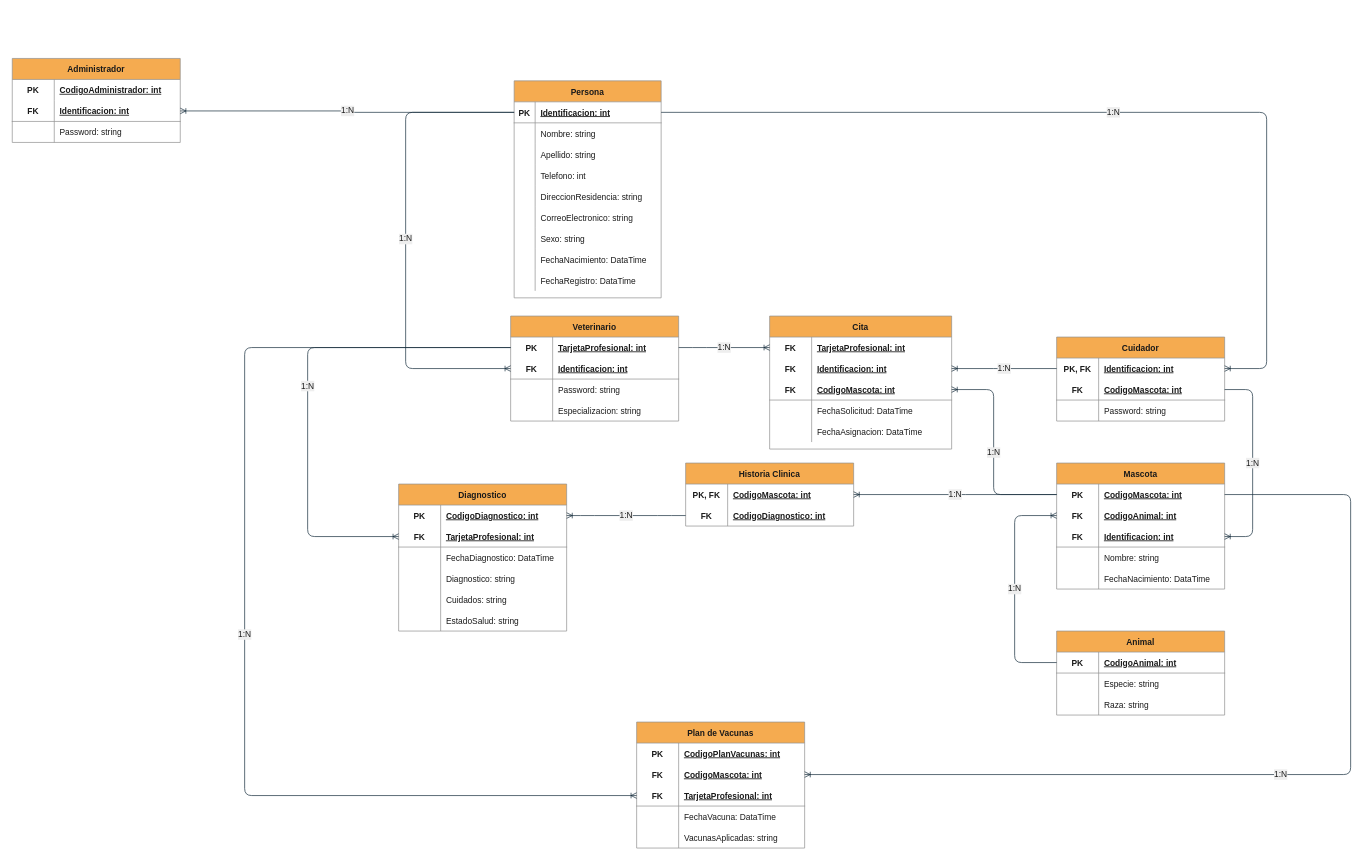
This is page "Entidad relacion" (3 of 3) of Diagramas.drawio from juandabi/teleVeterinaria, a draw.io file, before an edit. Source tidied: cells renumbered, new cells numbered last; positions are measured from the earlier drawing's top-left corner, leaving out a move shared by most shapes. Both pictures are drawn from the tidied source at 70%, with x=0, y=0 at pixel (12, 58).
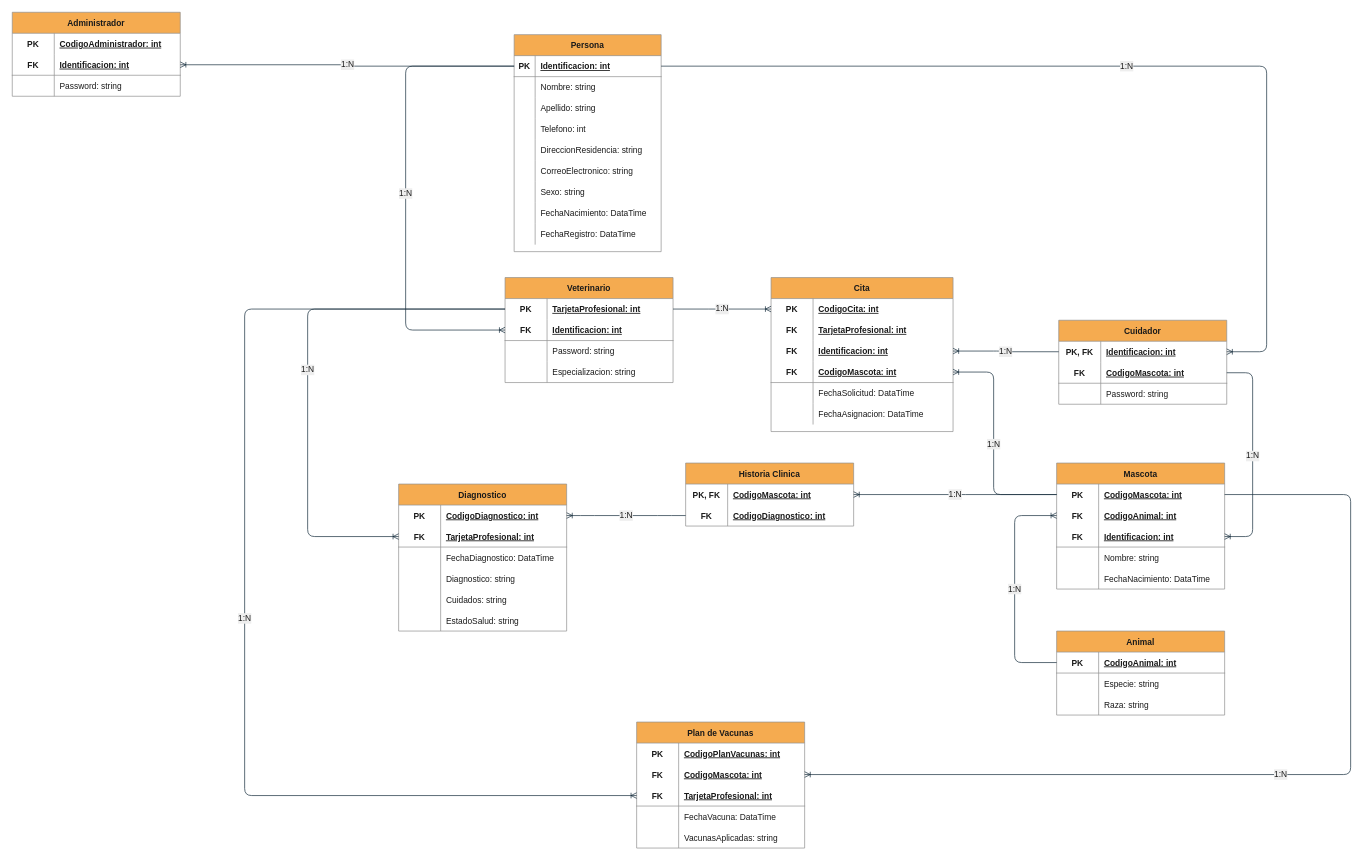
The same page after the edit.

Commit message:
Se agrega campo CodigoCita

The change refers to these unchanged cells:
```xml
<mxCell id="41" style="shape=partialRectangle;fillColor=none;top=0;left=0;bottom=0;right=0;points=[[0,0.5],[1,0.5]];portConstraint=eastwest;strokeColor=#909090;fontColor=#1A1A1A;" parent="40" vertex="1">
  <mxGeometry y="30" width="240" height="30" as="geometry" />
</mxCell>
<mxCell id="80" style="shape=partialRectangle;fillColor=none;top=0;left=0;bottom=0;right=0;points=[[0,0.5],[1,0.5]];portConstraint=eastwest;strokeColor=#909090;fontColor=#1A1A1A;" parent="79" vertex="1">
  <mxGeometry y="30" width="260" height="30" as="geometry" />
</mxCell>
```

Change to the diagram source:
```diff
@@
     <mxCell id="2" value="Persona" style="shape=table;startSize=30;childLayout=tableLayout;rowLines=0;fontStyle=1;align=center;fillColor=#F5AB50;strokeColor=#909090;fontColor=#1A1A1A;" parent="1" vertex="1">
-      <mxGeometry x="717" y="32" width="210" height="310" as="geometry" />
+      <mxGeometry x="717" y="-34" width="210" height="310" as="geometry" />
     </mxCell>
@@
     <mxCell id="30" value="Administrador" style="shape=table;startSize=30;childLayout=tableLayout;rowLines=0;fontStyle=1;align=center;fillColor=#F5AB50;strokeColor=#909090;fontColor=#1A1A1A;" parent="1" vertex="1">
-      <mxGeometry width="240" height="120" as="geometry" />
+      <mxGeometry y="-66" width="240" height="120" as="geometry" />
     </mxCell>
@@
     <mxCell id="40" value="Veterinario" style="shape=table;startSize=30;childLayout=tableLayout;rowLines=0;fontStyle=1;align=center;fillColor=#F5AB50;strokeColor=#909090;fontColor=#1A1A1A;" parent="1" vertex="1">
-      <mxGeometry x="712" y="368" width="240" height="150" as="geometry" />
+      <mxGeometry x="704" y="313" width="240" height="150" as="geometry" />
     </mxCell>
@@
     <mxCell id="53" value="Cuidador" style="shape=table;startSize=30;childLayout=tableLayout;rowLines=0;fontStyle=1;align=center;fillColor=#F5AB50;strokeColor=#909090;fontColor=#1A1A1A;" parent="1" vertex="1">
-      <mxGeometry x="1492" y="398" width="240" height="120" as="geometry" />
+      <mxGeometry x="1495" y="374" width="240" height="120" as="geometry" />
     </mxCell>
@@
     <mxCell id="79" value="Cita" style="shape=table;startSize=30;childLayout=tableLayout;rowLines=0;fontStyle=1;align=center;fillColor=#F5AB50;strokeColor=#909090;fontColor=#1A1A1A;" parent="1" vertex="1">
-      <mxGeometry x="1082" y="368" width="260" height="190" as="geometry" />
+      <mxGeometry x="1084" y="313" width="260" height="220" as="geometry" />
     </mxCell>
@@
-    <mxCell id="81" value="FK" style="shape=partialRectangle;fillColor=none;top=0;left=0;bottom=0;right=0;fontStyle=1;overflow=hidden;strokeColor=#909090;fontColor=#1A1A1A;" parent="80" vertex="1">
+    <mxCell id="81" value="PK" style="shape=partialRectangle;fillColor=none;top=0;left=0;bottom=0;right=0;fontStyle=1;overflow=hidden;strokeColor=#909090;fontColor=#1A1A1A;" parent="80" vertex="1">
       <mxGeometry width="60" height="30" as="geometry" />
     </mxCell>
-    <mxCell id="82" value="TarjetaProfesional: int" style="shape=partialRectangle;fillColor=none;top=0;left=0;bottom=0;right=0;align=left;spacingLeft=6;fontStyle=5;overflow=hidden;strokeColor=#909090;fontColor=#1A1A1A;" parent="80" vertex="1">
+    <mxCell id="82" value="CodigoCita: int" style="shape=partialRectangle;fillColor=none;top=0;left=0;bottom=0;right=0;align=left;spacingLeft=6;fontStyle=5;overflow=hidden;strokeColor=#909090;fontColor=#1A1A1A;" parent="80" vertex="1">
       <mxGeometry x="60" width="200" height="30" as="geometry" />
     </mxCell>
+    <mxCell id="160" style="shape=partialRectangle;fillColor=none;top=0;left=0;bottom=0;right=0;strokeColor=#909090;fontColor=#1A1A1A;" parent="79" vertex="1">
+      <mxGeometry y="60" width="260" height="30" as="geometry" />
+    </mxCell>
+    <mxCell id="161" value="FK" style="shape=partialRectangle;fillColor=none;top=0;left=0;bottom=0;right=0;fontStyle=1;overflow=hidden;strokeColor=#909090;fontColor=#1A1A1A;" parent="160" vertex="1">
+      <mxGeometry width="60" height="30" as="geometry" />
+    </mxCell>
+    <mxCell id="162" value="TarjetaProfesional: int" style="shape=partialRectangle;fillColor=none;top=0;left=0;bottom=0;right=0;align=left;spacingLeft=6;fontStyle=5;overflow=hidden;strokeColor=#909090;fontColor=#1A1A1A;" parent="160" vertex="1">
+      <mxGeometry x="60" width="200" height="30" as="geometry" />
+    </mxCell>
     <mxCell id="83" style="shape=partialRectangle;fillColor=none;top=0;left=0;bottom=0;right=0;points=[[0,0.5],[1,0.5]];portConstraint=eastwest;strokeColor=#909090;fontColor=#1A1A1A;" parent="79" vertex="1">
-      <mxGeometry y="60" width="260" height="30" as="geometry" />
+      <mxGeometry y="90" width="260" height="30" as="geometry" />
     </mxCell>
@@
     <mxCell id="86" style="shape=partialRectangle;fillColor=none;top=0;left=0;bottom=1;right=0;points=[[0,0.5],[1,0.5]];portConstraint=eastwest;strokeColor=#909090;fontColor=#1A1A1A;" parent="79" vertex="1">
-      <mxGeometry y="90" width="260" height="30" as="geometry" />
+      <mxGeometry y="120" width="260" height="30" as="geometry" />
     </mxCell>
@@
     <mxCell id="89" style="shape=partialRectangle;fillColor=none;top=0;left=0;bottom=0;right=0;strokeColor=#909090;fontColor=#1A1A1A;" parent="79" vertex="1">
-      <mxGeometry y="120" width="260" height="30" as="geometry" />
+      <mxGeometry y="150" width="260" height="30" as="geometry" />
     </mxCell>
@@
     <mxCell id="92" style="shape=partialRectangle;fillColor=none;top=0;left=0;bottom=0;right=0;strokeColor=#909090;fontColor=#1A1A1A;" parent="79" vertex="1">
-      <mxGeometry y="150" width="260" height="30" as="geometry" />
+      <mxGeometry y="180" width="260" height="30" as="geometry" />
     </mxCell>
@@
     <mxCell id="150" value="1:N" style="edgeStyle=elbowEdgeStyle;fontSize=12;html=1;endArrow=ERoneToMany;exitX=1;exitY=0.5;exitDx=0;exitDy=0;entryX=0;entryY=0.5;entryDx=0;entryDy=0;labelBackgroundColor=#EEEEEE;strokeColor=#182E3E;fontColor=#1A1A1A;" parent="1" edge="1" source="41" target="80">
       <mxGeometry relative="1" as="geometry">
         <Array as="points">
-          <mxPoint x="982" y="413" />
+          <mxPoint x="1005" y="358" />
         </Array>
       </mxGeometry>
     </mxCell>
```
